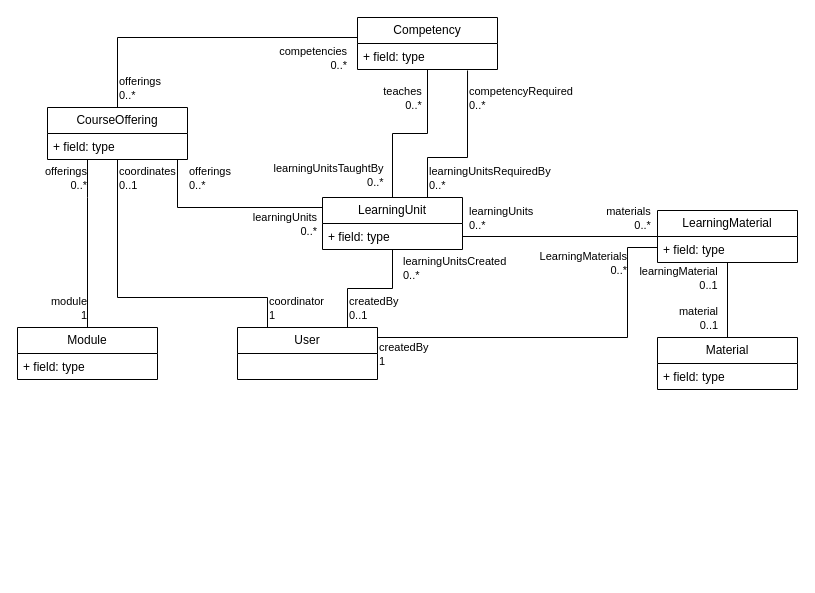
Above: Domain_Model_lcms.drawio in MarkTkachov/lcms_diagrams (draw.io), before the change. Source tidied: cells renumbered, new cells numbered last; positions are measured from the earlier drawing's top-left corner, leaving out a move shared by most shapes. Both pictures are drawn from the tidied source at 100%, with x=0, y=0 at pixel (17, 17).
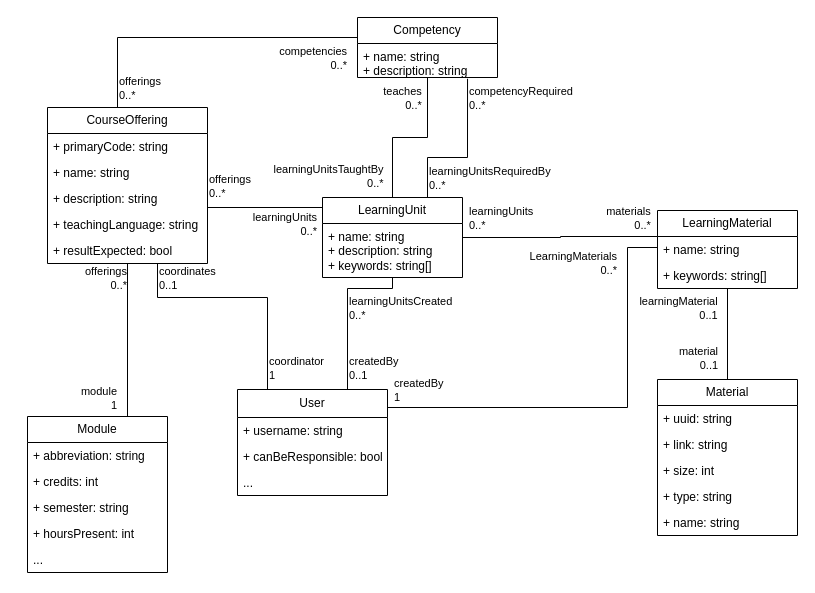
Above is the later version.

Change to the diagram source:
```diff
@@
     <mxCell id="5" value="LearningUnit" style="swimlane;fontStyle=0;horizontal=1;startSize=26;fillColor=none;whiteSpace=wrap;html=1;" parent="1" vertex="1">
-      <mxGeometry x="305" y="180" width="140" height="52" as="geometry" />
+      <mxGeometry x="305" y="180" width="140" height="80" as="geometry" />
     </mxCell>
-    <mxCell id="6" value="+ field: type" style="text;strokeColor=none;fillColor=none;align=left;verticalAlign=top;spacingLeft=4;spacingRight=4;overflow=hidden;points=[[0,0.5],[1,0.5]];portConstraint=eastwest;whiteSpace=wrap;html=1;" parent="5" vertex="1">
-      <mxGeometry y="26" width="140" height="26" as="geometry" />
+    <mxCell id="6" value="&lt;div&gt;+ name: string&lt;/div&gt;&lt;div&gt;+ description: string&lt;/div&gt;&lt;div&gt;+ keywords: string[]&lt;br&gt;&lt;/div&gt;" style="text;strokeColor=none;fillColor=none;align=left;verticalAlign=top;spacingLeft=4;spacingRight=4;overflow=hidden;points=[[0,0.5],[1,0.5]];portConstraint=eastwest;whiteSpace=wrap;html=1;" parent="5" vertex="1">
+      <mxGeometry y="26" width="140" height="54" as="geometry" />
     </mxCell>
     <mxCell id="7" value="Competency" style="swimlane;fontStyle=0;horizontal=1;startSize=26;fillColor=none;whiteSpace=wrap;html=1;" parent="1" vertex="1">
-      <mxGeometry x="340" width="140" height="52" as="geometry" />
+      <mxGeometry x="340" width="140" height="60" as="geometry" />
     </mxCell>
-    <mxCell id="8" value="+ field: type" style="text;strokeColor=none;fillColor=none;align=left;verticalAlign=top;spacingLeft=4;spacingRight=4;overflow=hidden;points=[[0,0.5],[1,0.5]];portConstraint=eastwest;whiteSpace=wrap;html=1;" parent="7" vertex="1">
-      <mxGeometry y="26" width="140" height="26" as="geometry" />
+    <mxCell id="8" value="&lt;div&gt;+ name: string&lt;/div&gt;&lt;div&gt;+ description: string&lt;/div&gt;" style="text;strokeColor=none;fillColor=none;align=left;verticalAlign=top;spacingLeft=4;spacingRight=4;overflow=hidden;points=[[0,0.5],[1,0.5]];portConstraint=eastwest;whiteSpace=wrap;html=1;" parent="7" vertex="1">
+      <mxGeometry y="26" width="140" height="34" as="geometry" />
     </mxCell>
@@
     <mxCell id="10" value="LearningMaterial" style="swimlane;fontStyle=0;horizontal=1;startSize=26;fillColor=none;whiteSpace=wrap;html=1;" parent="1" vertex="1">
-      <mxGeometry x="640" y="193" width="140" height="52" as="geometry" />
+      <mxGeometry x="640" y="193" width="140" height="78" as="geometry" />
     </mxCell>
-    <mxCell id="11" value="+ field: type" style="text;strokeColor=none;fillColor=none;align=left;verticalAlign=top;spacingLeft=4;spacingRight=4;overflow=hidden;whiteSpace=wrap;html=1;" parent="10" vertex="1">
+    <mxCell id="11" value="+ name: string" style="text;strokeColor=none;fillColor=none;align=left;verticalAlign=top;spacingLeft=4;spacingRight=4;overflow=hidden;whiteSpace=wrap;html=1;" parent="10" vertex="1">
       <mxGeometry y="26" width="140" height="26" as="geometry" />
     </mxCell>
+    <mxCell id="45" value="+ keywords: string[]" style="text;strokeColor=none;fillColor=none;align=left;verticalAlign=top;spacingLeft=4;spacingRight=4;overflow=hidden;whiteSpace=wrap;html=1;" parent="10" vertex="1">
+      <mxGeometry y="52" width="140" height="26" as="geometry" />
+    </mxCell>
     <mxCell id="12" value="Material" style="swimlane;fontStyle=0;horizontal=1;startSize=26;fillColor=none;whiteSpace=wrap;html=1;" parent="1" vertex="1">
-      <mxGeometry x="640" y="320" width="140" height="52" as="geometry" />
+      <mxGeometry x="640" y="362" width="140" height="156" as="geometry" />
     </mxCell>
+    <mxCell id="46" value="+ uuid: string" style="text;strokeColor=none;fillColor=none;align=left;verticalAlign=top;spacingLeft=4;spacingRight=4;overflow=hidden;whiteSpace=wrap;html=1;" parent="12" vertex="1">
+      <mxGeometry y="26" width="140" height="26" as="geometry" />
+    </mxCell>
-    <mxCell id="13" value="+ field: type" style="text;strokeColor=none;fillColor=none;align=left;verticalAlign=top;spacingLeft=4;spacingRight=4;overflow=hidden;whiteSpace=wrap;html=1;" parent="12" vertex="1">
-      <mxGeometry y="26" width="140" height="26" as="geometry" />
+    <mxCell id="13" value="&lt;div&gt;+ link: string&lt;/div&gt;" style="text;strokeColor=none;fillColor=none;align=left;verticalAlign=top;spacingLeft=4;spacingRight=4;overflow=hidden;whiteSpace=wrap;html=1;" parent="12" vertex="1">
+      <mxGeometry y="52" width="140" height="26" as="geometry" />
     </mxCell>
+    <mxCell id="47" value="+ size: int" style="text;strokeColor=none;fillColor=none;align=left;verticalAlign=top;spacingLeft=4;spacingRight=4;overflow=hidden;whiteSpace=wrap;html=1;" parent="12" vertex="1">
+      <mxGeometry y="78" width="140" height="26" as="geometry" />
+    </mxCell>
+    <mxCell id="48" value="+ type: string" style="text;strokeColor=none;fillColor=none;align=left;verticalAlign=top;spacingLeft=4;spacingRight=4;overflow=hidden;whiteSpace=wrap;html=1;" parent="12" vertex="1">
+      <mxGeometry y="104" width="140" height="26" as="geometry" />
+    </mxCell>
+    <mxCell id="49" value="+ name: string" style="text;strokeColor=none;fillColor=none;align=left;verticalAlign=top;spacingLeft=4;spacingRight=4;overflow=hidden;whiteSpace=wrap;html=1;" parent="12" vertex="1">
+      <mxGeometry y="130" width="140" height="26" as="geometry" />
+    </mxCell>
@@
     <mxCell id="16" value="CourseOffering" style="swimlane;fontStyle=0;horizontal=1;startSize=26;fillColor=none;whiteSpace=wrap;html=1;" parent="1" vertex="1">
-      <mxGeometry x="30" y="90" width="140" height="52" as="geometry" />
+      <mxGeometry x="30" y="90" width="160" height="156" as="geometry" />
     </mxCell>
+    <mxCell id="50" value="+ primaryCode: string" style="text;strokeColor=none;fillColor=none;align=left;verticalAlign=top;spacingLeft=4;spacingRight=4;overflow=hidden;whiteSpace=wrap;html=1;" parent="16" vertex="1">
+      <mxGeometry y="26" width="160" height="26" as="geometry" />
+    </mxCell>
+    <mxCell id="51" value="+ name: string" style="text;strokeColor=none;fillColor=none;align=left;verticalAlign=top;spacingLeft=4;spacingRight=4;overflow=hidden;whiteSpace=wrap;html=1;" parent="16" vertex="1">
+      <mxGeometry y="52" width="160" height="26" as="geometry" />
+    </mxCell>
+    <mxCell id="52" value="+ description: string" style="text;strokeColor=none;fillColor=none;align=left;verticalAlign=top;spacingLeft=4;spacingRight=4;overflow=hidden;whiteSpace=wrap;html=1;" parent="16" vertex="1">
+      <mxGeometry y="78" width="160" height="26" as="geometry" />
+    </mxCell>
-    <mxCell id="17" value="+ field: type" style="text;strokeColor=none;fillColor=none;align=left;verticalAlign=top;spacingLeft=4;spacingRight=4;overflow=hidden;points=[[0,0.5],[1,0.5]];portConstraint=eastwest;whiteSpace=wrap;html=1;" parent="16" vertex="1">
-      <mxGeometry y="26" width="140" height="26" as="geometry" />
+    <mxCell id="17" value="+ teachingLanguage: string" style="text;strokeColor=none;fillColor=none;align=left;verticalAlign=top;spacingLeft=4;spacingRight=4;overflow=hidden;points=[[0,0.5],[1,0.5]];portConstraint=eastwest;whiteSpace=wrap;html=1;" parent="16" vertex="1">
+      <mxGeometry y="104" width="160" height="26" as="geometry" />
     </mxCell>
+    <mxCell id="53" value="+ resultExpected: bool" style="text;strokeColor=none;fillColor=none;align=left;verticalAlign=top;spacingLeft=4;spacingRight=4;overflow=hidden;whiteSpace=wrap;html=1;" parent="16" vertex="1">
+      <mxGeometry y="130" width="160" height="26" as="geometry" />
+    </mxCell>
     <mxCell id="18" value="Module" style="swimlane;fontStyle=0;horizontal=1;startSize=26;fillColor=none;whiteSpace=wrap;html=1;" parent="1" vertex="1">
-      <mxGeometry y="310" width="140" height="52" as="geometry" />
+      <mxGeometry x="10" y="399" width="140" height="156" as="geometry" />
     </mxCell>
+    <mxCell id="54" value="+ abbreviation: string" style="text;strokeColor=none;fillColor=none;align=left;verticalAlign=top;spacingLeft=4;spacingRight=4;overflow=hidden;whiteSpace=wrap;html=1;" parent="18" vertex="1">
+      <mxGeometry y="26" width="140" height="26" as="geometry" />
+    </mxCell>
+    <mxCell id="55" value="+ credits: int" style="text;strokeColor=none;fillColor=none;align=left;verticalAlign=top;spacingLeft=4;spacingRight=4;overflow=hidden;whiteSpace=wrap;html=1;" parent="18" vertex="1">
+      <mxGeometry y="52" width="140" height="26" as="geometry" />
+    </mxCell>
+    <mxCell id="56" value="+ semester: string" style="text;strokeColor=none;fillColor=none;align=left;verticalAlign=top;spacingLeft=4;spacingRight=4;overflow=hidden;whiteSpace=wrap;html=1;" parent="18" vertex="1">
+      <mxGeometry y="78" width="140" height="26" as="geometry" />
+    </mxCell>
-    <mxCell id="19" value="+ field: type" style="text;strokeColor=none;fillColor=none;align=left;verticalAlign=top;spacingLeft=4;spacingRight=4;overflow=hidden;whiteSpace=wrap;html=1;" parent="18" vertex="1">
-      <mxGeometry y="26" width="140" height="26" as="geometry" />
+    <mxCell id="19" value="+ hoursPresent: int" style="text;strokeColor=none;fillColor=none;align=left;verticalAlign=top;spacingLeft=4;spacingRight=4;overflow=hidden;whiteSpace=wrap;html=1;" parent="18" vertex="1">
+      <mxGeometry y="104" width="140" height="26" as="geometry" />
     </mxCell>
+    <mxCell id="57" value="..." style="text;strokeColor=none;fillColor=none;align=left;verticalAlign=top;spacingLeft=4;spacingRight=4;overflow=hidden;whiteSpace=wrap;html=1;" parent="18" vertex="1">
+      <mxGeometry y="130" width="140" height="26" as="geometry" />
+    </mxCell>
     <mxCell id="20" style="edgeStyle=orthogonalEdgeStyle;rounded=0;jettySize=auto;html=1;endArrow=none;endFill=0;" parent="1" edge="1" source="23" target="16">
       <mxGeometry relative="1" as="geometry">
         <Array as="points">
           <mxPoint x="250" y="280" />
-          <mxPoint x="100" y="280" />
+          <mxPoint x="140" y="280" />
         </Array>
       </mxGeometry>
     </mxCell>
@@
     <mxCell id="22" style="edgeStyle=orthogonalEdgeStyle;rounded=0;jettySize=auto;html=1;endArrow=none;endFill=0;" parent="1" edge="1" source="23" target="10">
       <mxGeometry relative="1" as="geometry">
         <Array as="points">
-          <mxPoint x="610" y="320" />
+          <mxPoint x="610" y="390" />
           <mxPoint x="610" y="230" />
         </Array>
       </mxGeometry>
     </mxCell>
-    <mxCell id="23" value="User" style="swimlane;fontStyle=0;horizontal=1;startSize=26;fillColor=none;whiteSpace=wrap;html=1;" parent="1" vertex="1">
-      <mxGeometry x="220" y="310" width="140" height="52" as="geometry" />
+    <mxCell id="23" value="User" style="swimlane;fontStyle=0;horizontal=1;startSize=28;fillColor=none;whiteSpace=wrap;html=1;" parent="1" vertex="1">
+      <mxGeometry x="220" y="372" width="150" height="106" as="geometry" />
     </mxCell>
+    <mxCell id="58" value="&lt;div&gt;+ username: string&lt;/div&gt;" style="text;strokeColor=none;fillColor=none;align=left;verticalAlign=top;spacingLeft=4;spacingRight=4;overflow=hidden;whiteSpace=wrap;html=1;" parent="23" vertex="1">
+      <mxGeometry y="28" width="150" height="26" as="geometry" />
+    </mxCell>
+    <mxCell id="59" value="+ canBeResponsible: bool" style="text;strokeColor=none;fillColor=none;align=left;verticalAlign=top;spacingLeft=4;spacingRight=4;overflow=hidden;whiteSpace=wrap;html=1;" parent="23" vertex="1">
+      <mxGeometry y="54" width="150" height="26" as="geometry" />
+    </mxCell>
+    <mxCell id="60" value="..." style="text;strokeColor=none;fillColor=none;align=left;verticalAlign=top;spacingLeft=4;spacingRight=4;overflow=hidden;whiteSpace=wrap;html=1;" parent="23" vertex="1">
+      <mxGeometry y="80" width="150" height="26" as="geometry" />
+    </mxCell>
@@
     <mxCell id="27" style="edgeStyle=orthogonalEdgeStyle;rounded=0;jettySize=auto;html=1;endArrow=none;endFill=0;" parent="1" edge="1" source="6" target="10">
-      <mxGeometry relative="1" as="geometry" />
+      <mxGeometry relative="1" as="geometry">
+        <Array as="points">
+          <mxPoint x="543" y="220" />
+          <mxPoint x="543" y="219" />
+        </Array>
+      </mxGeometry>
     </mxCell>
     <mxCell id="28" value="&lt;div&gt;learningMaterial&lt;br&gt;&lt;/div&gt;&lt;div align=&quot;right&quot;&gt;0..1&lt;br&gt;&lt;/div&gt;" style="edgeLabel;html=1;align=center;verticalAlign=middle;" parent="1" vertex="1">
-      <mxGeometry x="660" y="260" as="geometry" />
+      <mxGeometry x="660" y="290" as="geometry" />
     </mxCell>
     <mxCell id="29" value="&lt;div&gt;material&lt;br&gt;&lt;/div&gt;&lt;div align=&quot;right&quot;&gt;0..1&lt;br&gt;&lt;/div&gt;" style="edgeLabel;html=1;align=center;verticalAlign=middle;" parent="1" vertex="1">
-      <mxGeometry x="680" y="300" as="geometry" />
+      <mxGeometry x="680" y="340" as="geometry" />
     </mxCell>
@@
     <mxCell id="32" style="edgeStyle=orthogonalEdgeStyle;rounded=0;jettySize=auto;html=1;endArrow=none;endFill=0;" parent="1" edge="1" source="17" target="5">
       <mxGeometry relative="1" as="geometry">
         <Array as="points">
-          <mxPoint x="160" y="190" />
+          <mxPoint x="190" y="207" />
+          <mxPoint x="190" y="190" />
         </Array>
       </mxGeometry>
     </mxCell>
@@
     <mxCell id="34" value="&lt;div&gt;offerings&lt;br&gt;&lt;/div&gt;&lt;div&gt;0..*&lt;br&gt;&lt;/div&gt;" style="edgeLabel;html=1;align=left;verticalAlign=middle;" parent="1" vertex="1">
-      <mxGeometry x="170" y="160" as="geometry" />
+      <mxGeometry x="190" y="168" as="geometry" />
     </mxCell>
@@
     <mxCell id="37" value="&lt;div&gt;offerings&lt;br&gt;&lt;/div&gt;&lt;div&gt;0..*&lt;br&gt;&lt;/div&gt;" style="edgeLabel;html=1;align=right;verticalAlign=middle;" parent="1" vertex="1">
-      <mxGeometry x="70" y="160" as="geometry" />
+      <mxGeometry x="110" y="260" as="geometry" />
     </mxCell>
     <mxCell id="38" value="&lt;div&gt;module&lt;br&gt;&lt;/div&gt;&lt;div&gt;1&lt;br&gt;&lt;/div&gt;" style="edgeLabel;html=1;align=right;verticalAlign=middle;" parent="1" vertex="1">
-      <mxGeometry x="70" y="290" as="geometry" />
+      <mxGeometry x="100" y="380" as="geometry" />
     </mxCell>
     <mxCell id="39" value="&lt;div&gt;coordinator&lt;br&gt;&lt;/div&gt;&lt;div&gt;1&lt;br&gt;&lt;/div&gt;" style="edgeLabel;html=1;align=left;verticalAlign=middle;" parent="1" vertex="1">
-      <mxGeometry x="250" y="290" as="geometry" />
+      <mxGeometry x="250" y="350" as="geometry" />
     </mxCell>
     <mxCell id="40" value="&lt;div&gt;coordinates&lt;br&gt;&lt;/div&gt;&lt;div&gt;0..1&lt;br&gt;&lt;/div&gt;" style="edgeLabel;html=1;align=left;verticalAlign=middle;" parent="1" vertex="1">
-      <mxGeometry x="100" y="160" as="geometry" />
+      <mxGeometry x="140" y="260" as="geometry" />
     </mxCell>
     <mxCell id="41" value="&lt;div&gt;createdBy&lt;br&gt;&lt;/div&gt;&lt;div&gt;0..1&lt;br&gt;&lt;/div&gt;" style="edgeLabel;html=1;align=left;verticalAlign=middle;" parent="1" vertex="1">
-      <mxGeometry x="330" y="290" as="geometry" />
+      <mxGeometry x="330" y="350" as="geometry" />
     </mxCell>
     <mxCell id="42" value="&lt;div align=&quot;left&quot;&gt;learningUnitsCreated&lt;/div&gt;&lt;div align=&quot;left&quot;&gt;0..*&lt;br&gt;&lt;/div&gt;" style="edgeLabel;html=1;align=left;verticalAlign=middle;" parent="1" vertex="1">
-      <mxGeometry x="384" y="250" as="geometry" />
+      <mxGeometry x="330" y="290" as="geometry" />
     </mxCell>
     <mxCell id="43" value="&lt;div&gt;LearningMaterials&lt;/div&gt;&lt;div&gt;0..*&lt;br&gt;&lt;/div&gt;" style="edgeLabel;html=1;align=right;verticalAlign=middle;" parent="1" vertex="1">
-      <mxGeometry x="610" y="245" as="geometry" />
+      <mxGeometry x="600" y="245" as="geometry" />
     </mxCell>
     <mxCell id="44" value="&lt;div&gt;createdBy&lt;br&gt;&lt;/div&gt;&lt;div&gt;1&lt;br&gt;&lt;/div&gt;" style="edgeLabel;html=1;align=left;verticalAlign=middle;" parent="1" vertex="1">
-      <mxGeometry x="360" y="336" as="geometry" />
+      <mxGeometry x="375" y="372" as="geometry" />
     </mxCell>
```
